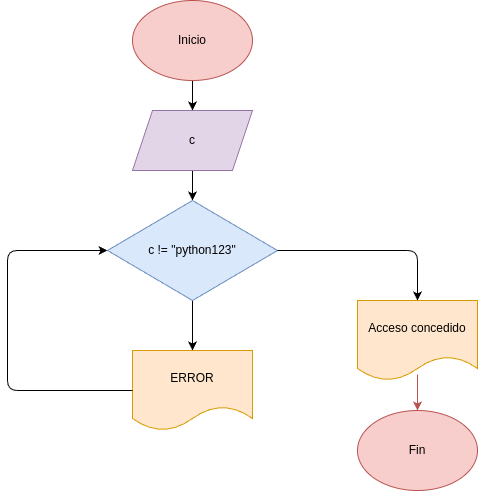
Before: Ejercicio 1/diagrama.png, a diagram exported from draw.io (michaelmorales-web/taller_while_2). Source tidied: cells renumbered, new cells last; positions are measured from the earlier drawing's top-left corner, leaving out a move shared by most shapes.
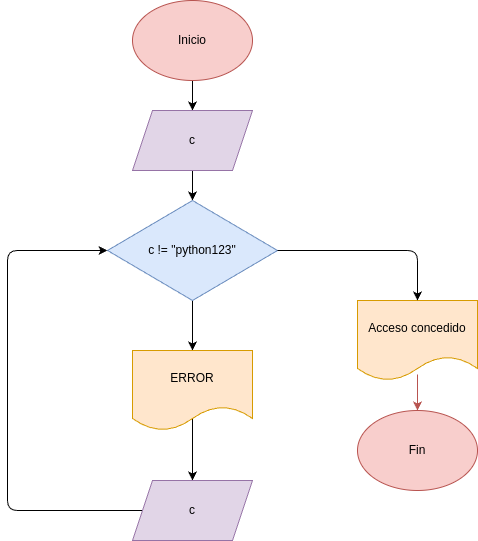
Later version of the same file.

What changed in the source:
```diff
@@ -20,15 +20,19 @@
     <mxCell id="7" value="c != &quot;python123&quot;" style="rhombus;whiteSpace=wrap;html=1;fillColor=#dae8fc;strokeColor=#6c8ebf;" parent="1" vertex="1">
       <mxGeometry x="100" y="200" width="170" height="100" as="geometry" />
     </mxCell>
+    <mxCell id="14" style="edgeStyle=none;html=1;exitX=0.5;exitY=0.838;exitDx=0;exitDy=0;exitPerimeter=0;" parent="1" edge="1" source="8" target="15">
+      <mxGeometry relative="1" as="geometry" />
+    </mxCell>
     <mxCell id="8" value="ERROR" style="shape=document;whiteSpace=wrap;html=1;boundedLbl=1;fillColor=#ffe6cc;strokeColor=#d79b00;" parent="1" vertex="1">
       <mxGeometry x="125" y="350" width="120" height="80" as="geometry" />
     </mxCell>
     <mxCell id="9" value="Acceso concedido" style="shape=document;whiteSpace=wrap;html=1;boundedLbl=1;fillColor=#ffe6cc;strokeColor=#d79b00;" parent="1" vertex="1">
       <mxGeometry x="350" y="300" width="120" height="80" as="geometry" />
     </mxCell>
-    <mxCell id="10" style="endArrow=classic;html=1;exitX=0;exitY=0.5;exitDx=0;exitDy=0;entryX=0;entryY=0.5;entryDx=0;entryDy=0;" parent="1" edge="1" source="8" target="7">
+    <mxCell id="10" style="endArrow=classic;html=1;exitX=0;exitY=0.5;exitDx=0;exitDy=0;entryX=0;entryY=0.5;entryDx=0;entryDy=0;" parent="1" edge="1" source="15" target="7">
       <mxGeometry relative="1" as="geometry">
         <Array as="points">
+          <mxPoint y="510" />
           <mxPoint y="390" />
           <mxPoint y="250" />
         </Array>
@@ -47,5 +51,8 @@
     <mxCell id="13" style="endArrow=classic;html=1;exitX=0.5;exitY=0.925;exitDx=0;exitDy=0;exitPerimeter=0;entryX=0.5;entryY=0;entryDx=0;entryDy=0;fillColor=#f8cecc;strokeColor=#b85450;" parent="1" edge="1" source="9" target="12">
       <mxGeometry relative="1" as="geometry" />
     </mxCell>
+    <mxCell id="15" value="c" style="shape=parallelogram;perimeter=parallelogramPerimeter;whiteSpace=wrap;html=1;fixedSize=1;fillColor=#e1d5e7;strokeColor=#9673a6;" parent="1" vertex="1">
+      <mxGeometry x="125" y="480" width="120" height="60" as="geometry" />
+    </mxCell>
   </root>
 </mxGraphModel>
```
